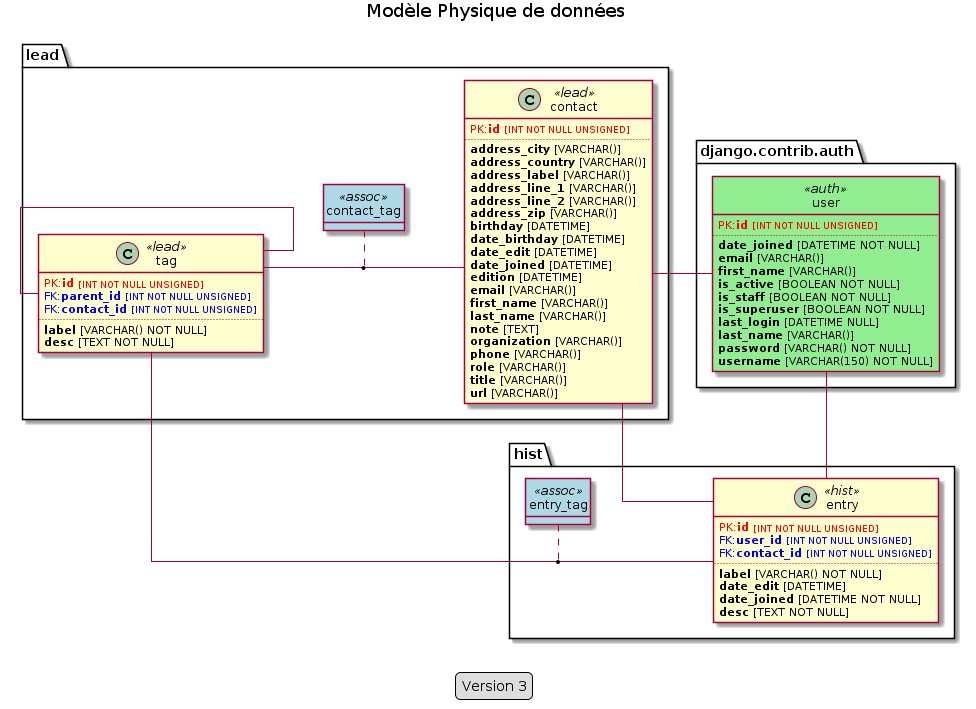
Above: doc/data_model/physical_data_model.png in freezed/ocp13 (PlantUML), before the change.
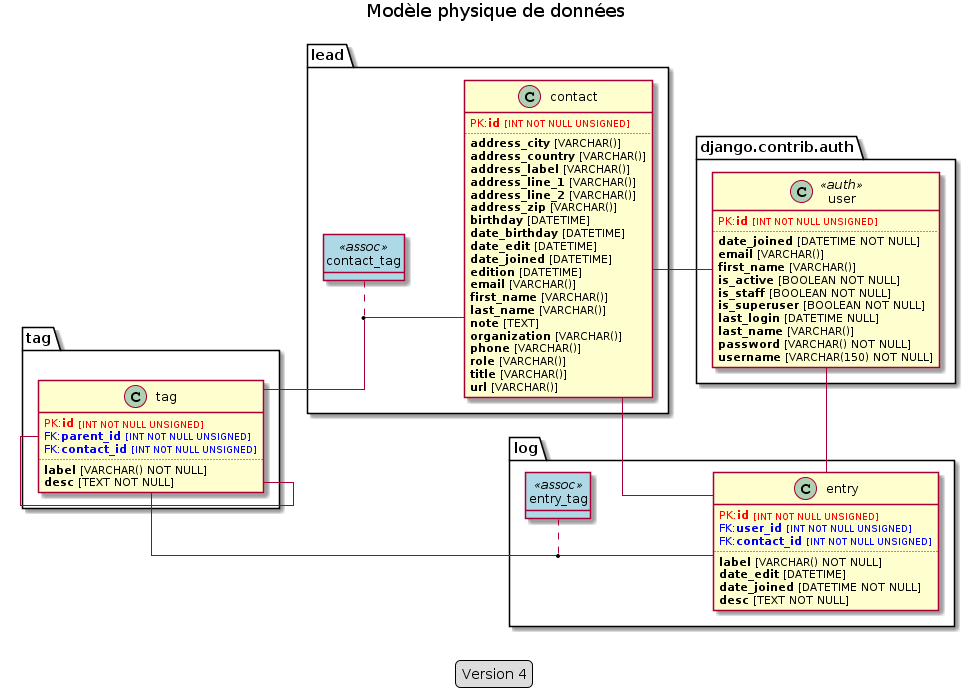
The same diagram one commit later.

Commit message:
Update data model to v4 images

Diff of the diagram source:
```diff
@@ -1,30 +1,31 @@
 @startuml
-title Modèle Physique de données
+title Modèle physique de données
 
 skinparam linetype ortho
 left to right direction
 hide empty methods
 hide <<assoc>> circle
-hide <<auth>> circle
 skinparam class {
     BackgroundColor<<assoc>> lightblue
-    BackgroundColor<<auth>> lightgreen
 }
 
 
+package "tag" {
+    class tag
+}
+
 package "lead" {
-    class contact <<lead>>
-    class tag <<lead>>
+    class contact
     class contact_tag <<assoc>>
     (tag, contact) . contact_tag
 }
 
 package "django.contrib.auth" {
-    class user <<auth>>
+    class user
 }
 
-package "hist" {
-    class entry <<hist>>
+package "log" {
+    class entry
     class entry_tag <<assoc>>
     (tag, entry) . entry_tag
 }
@@ -101,10 +102,10 @@
     {field} <b>desc</b> [TEXT NOT NULL]
 }
 
-class contact <<lead>>
-class entry <<hist>>
-class tag <<lead>>
-class user <<auth>>
+class contact
+class entry
+class tag
+class user
 
 
 contact -- entry
@@ -113,6 +114,6 @@
 tag - tag
 
 legend
-    Version 3
+    Version 4
 endlegend
 @enduml
```
